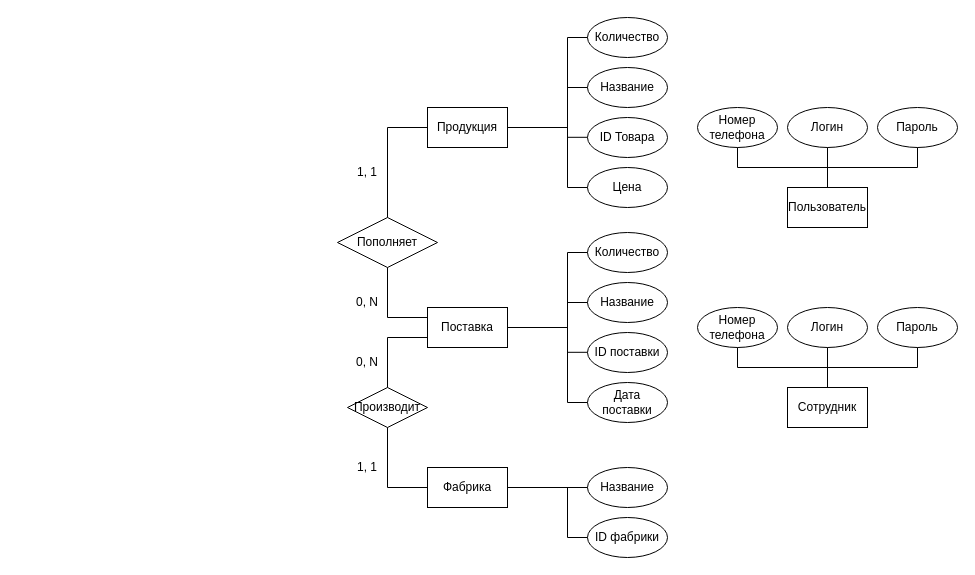
The draw.io diagram КМПО V2.0.drawio in marsek4/ssp, before the edit. Source tidied: cells renumbered, new cells numbered last; positions are measured from the earlier drawing's top-left corner, leaving out a move shared by most shapes. Both pictures are drawn from the tidied source at 100%, with x=0, y=0 at pixel (337, 17).
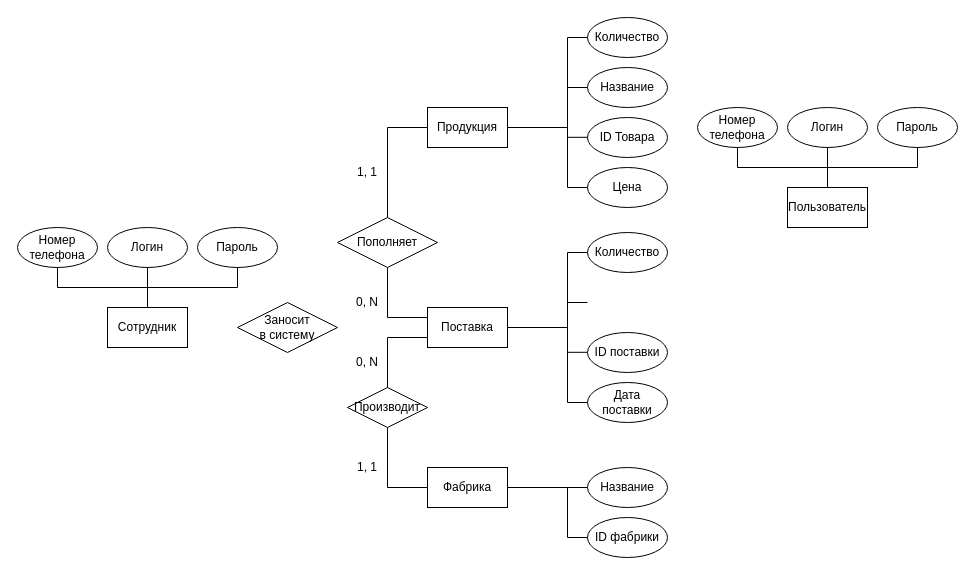
Above is the later version.

Diff of the diagram source:
```diff
@@
-    <mxCell id="10" value="Название" style="ellipse;whiteSpace=wrap;html=1;" parent="1" vertex="1">
-      <mxGeometry x="250" y="265" width="80" height="40" as="geometry" />
-    </mxCell>
@@
-    <mxCell id="17" style="endArrow=none;html=1;rounded=0;exitX=0;exitY=0.5;exitDx=0;exitDy=0;" parent="1" edge="1" source="10">
+    <mxCell id="17" style="endArrow=none;html=1;rounded=0;exitX=0;exitY=0.5;exitDx=0;exitDy=0;" parent="1" edge="1">
       <mxGeometry relative="1" as="geometry">
+        <mxPoint x="250" y="285" as="sourcePoint" />
         <mxPoint x="230" y="285" as="targetPoint" />
       </mxGeometry>
     </mxCell>
@@
     <mxCell id="41" value="Сотрудник" style="rounded=0;whiteSpace=wrap;html=1;" parent="1" vertex="1">
-      <mxGeometry x="450" y="370" width="80" height="40" as="geometry" />
+      <mxGeometry x="-230" y="290" width="80" height="40" as="geometry" />
     </mxCell>
     <mxCell id="42" value="Номер&lt;br&gt;телефона" style="ellipse;whiteSpace=wrap;html=1;" parent="1" vertex="1">
-      <mxGeometry x="360" y="290" width="80" height="40" as="geometry" />
+      <mxGeometry x="-320" y="210" width="80" height="40" as="geometry" />
     </mxCell>
     <mxCell id="43" value="Логин" style="ellipse;whiteSpace=wrap;html=1;" parent="1" vertex="1">
-      <mxGeometry x="450" y="290" width="80" height="40" as="geometry" />
+      <mxGeometry x="-230" y="210" width="80" height="40" as="geometry" />
     </mxCell>
     <mxCell id="44" value="Пароль" style="ellipse;whiteSpace=wrap;html=1;" parent="1" vertex="1">
-      <mxGeometry x="540" y="290" width="80" height="40" as="geometry" />
+      <mxGeometry x="-140" y="210" width="80" height="40" as="geometry" />
     </mxCell>
     <mxCell id="45" style="endArrow=none;html=1;rounded=0;entryX=0.5;entryY=1;entryDx=0;entryDy=0;exitX=0.5;exitY=1;exitDx=0;exitDy=0;" parent="1" edge="1" source="44" target="42">
       <mxGeometry relative="1" as="geometry">
         <Array as="points">
-          <mxPoint x="580" y="350" />
-          <mxPoint x="400" y="350" />
+          <mxPoint x="-100" y="270" />
+          <mxPoint x="-280" y="270" />
         </Array>
       </mxGeometry>
     </mxCell>
@@
+    <mxCell id="47" value="Заносит&lt;br&gt;в систему" style="rhombus;whiteSpace=wrap;html=1;" parent="1" vertex="1">
+      <mxGeometry x="-100" y="285" width="100" height="50" as="geometry" />
+    </mxCell>
```
